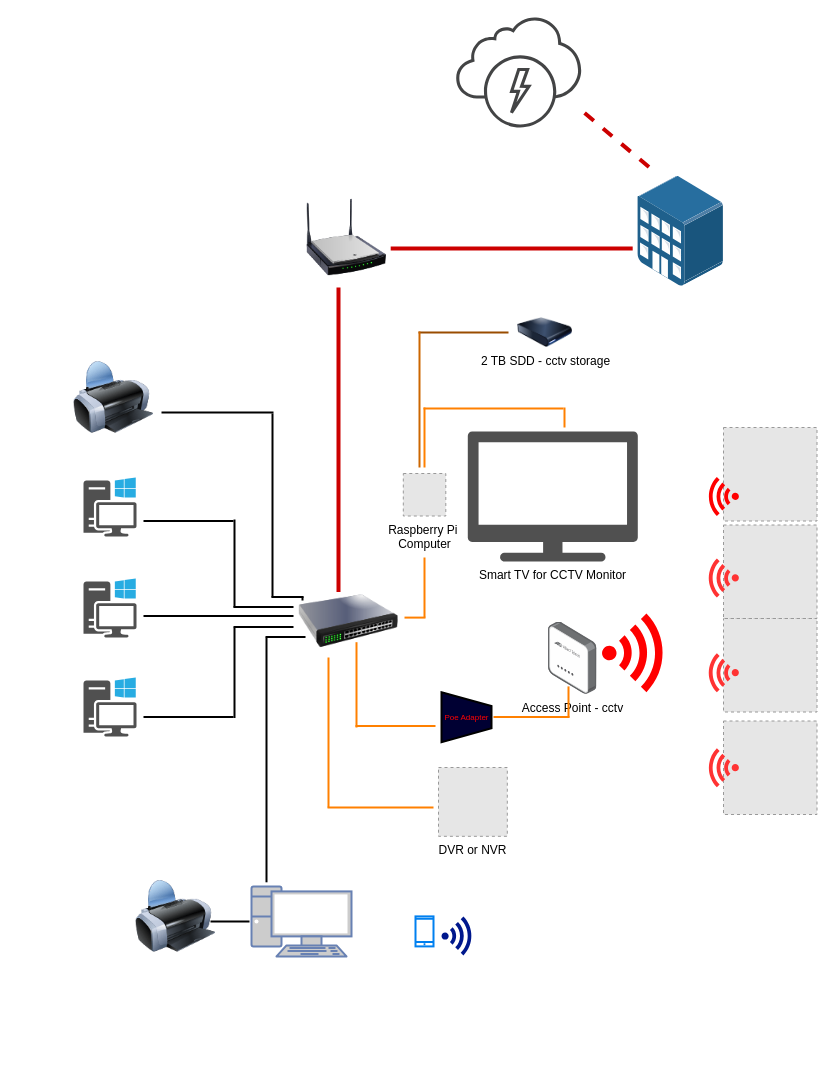
Earlier version of the draw.io diagram Untitled Diagram.drawio (Jayke770/ojt). Source tidied: cells renumbered, new cells numbered last; positions are measured from the earlier drawing's top-left corner, leaving out a move shared by most shapes. Both pictures are drawn from the tidied source at 100%, with x=0, y=0 at pixel (73, 17). Pictures stored in the file or linked from it are replaced by grey dashed boxes.
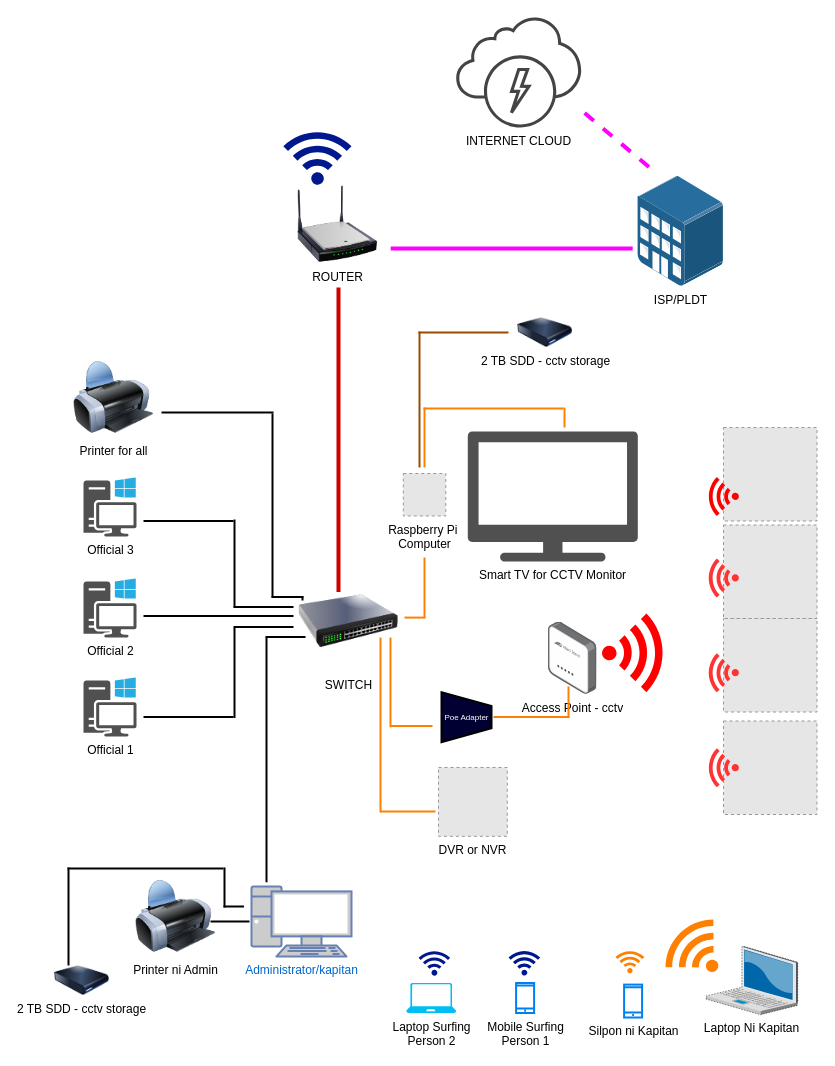
Above is the later version.

What changed in the source:
```diff
@@
-    <mxCell id="2" style="shadow=0;dashed=0;html=1;strokeColor=none;fillColor=#505050;labelPosition=center;verticalLabelPosition=bottom;verticalAlign=top;align=center;shape=mxgraph.office.devices.workstation_pc;" parent="1" vertex="1">
+    <mxCell id="2" value="Official 3" style="shadow=0;dashed=0;html=1;strokeColor=none;fillColor=#505050;labelPosition=center;verticalLabelPosition=bottom;verticalAlign=top;align=center;shape=mxgraph.office.devices.workstation_pc;" parent="1" vertex="1">
       <mxGeometry x="10" y="460" width="53" height="59" as="geometry" />
     </mxCell>
-    <mxCell id="3" style="shadow=0;dashed=0;html=1;strokeColor=none;fillColor=#505050;labelPosition=center;verticalLabelPosition=bottom;verticalAlign=top;align=center;shape=mxgraph.office.devices.workstation_pc;" parent="1" vertex="1">
+    <mxCell id="3" value="Official 2" style="shadow=0;dashed=0;html=1;strokeColor=none;fillColor=#505050;labelPosition=center;verticalLabelPosition=bottom;verticalAlign=top;align=center;shape=mxgraph.office.devices.workstation_pc;" parent="1" vertex="1">
       <mxGeometry x="10" y="561" width="53" height="59" as="geometry" />
     </mxCell>
-    <mxCell id="4" style="fontColor=#0066CC;verticalAlign=top;verticalLabelPosition=bottom;labelPosition=center;align=center;html=1;fillColor=#CCCCCC;strokeColor=#6881B3;gradientColor=none;gradientDirection=north;strokeWidth=2;shape=mxgraph.networks.pc;" parent="1" vertex="1">
+    <mxCell id="4" value="Administrator/kapitan" style="fontColor=#0066CC;verticalAlign=top;verticalLabelPosition=bottom;labelPosition=center;align=center;html=1;fillColor=#CCCCCC;strokeColor=#6881B3;gradientColor=none;gradientDirection=north;strokeWidth=2;shape=mxgraph.networks.pc;" parent="1" vertex="1">
       <mxGeometry x="178" y="868.9" width="100" height="70" as="geometry" />
     </mxCell>
@@
-    <mxCell id="9" style="image;html=1;image=img/lib/clip_art/computers/Printer_128x128.png;" parent="1" vertex="1">
+    <mxCell id="9" value="Printer for all&lt;br&gt;" style="image;html=1;image=img/lib/clip_art/computers/Printer_128x128.png;" parent="1" vertex="1">
       <mxGeometry y="340" width="80" height="80" as="geometry" />
     </mxCell>
-    <mxCell id="10" style="image;html=1;image=img/lib/clip_art/networking/Switch_128x128.png;" parent="1" vertex="1">
+    <mxCell id="10" value="&lt;p style=&quot;line-height: 0%&quot;&gt;SWITCH&lt;/p&gt;" style="image;html=1;image=img/lib/clip_art/networking/Switch_128x128.png;" parent="1" vertex="1">
       <mxGeometry x="225" y="559" width="100" height="90" as="geometry" />
     </mxCell>
-    <mxCell id="11" style="image;html=1;image=img/lib/clip_art/networking/Wireless_Router_N_128x128.png;" parent="1" vertex="1">
-      <mxGeometry x="233" y="179.8" width="80" height="80" as="geometry" />
+    <mxCell id="11" value="ROUTER&lt;br&gt;" style="image;html=1;image=img/lib/clip_art/networking/Wireless_Router_N_128x128.png;" parent="1" vertex="1">
+      <mxGeometry x="224" y="166.4" width="80" height="80" as="geometry" />
     </mxCell>
-    <mxCell id="12" style="shadow=0;dashed=0;html=1;strokeColor=none;fillColor=#505050;labelPosition=center;verticalLabelPosition=bottom;verticalAlign=top;align=center;shape=mxgraph.office.devices.workstation_pc;" parent="1" vertex="1">
+    <mxCell id="12" value="Official 1&lt;br&gt;" style="shadow=0;dashed=0;html=1;strokeColor=none;fillColor=#505050;labelPosition=center;verticalLabelPosition=bottom;verticalAlign=top;align=center;shape=mxgraph.office.devices.workstation_pc;" parent="1" vertex="1">
       <mxGeometry x="10" y="660" width="53" height="59" as="geometry" />
     </mxCell>
-    <mxCell id="13" style="image;html=1;image=img/lib/clip_art/computers/Printer_128x128.png;" parent="1" vertex="1">
+    <mxCell id="13" value="Printer ni Admin" style="image;html=1;image=img/lib/clip_art/computers/Printer_128x128.png;" parent="1" vertex="1">
       <mxGeometry x="62" y="858.9" width="80" height="80" as="geometry" />
     </mxCell>
@@
-    <mxCell id="15" style="shadow=0;dashed=0;html=1;strokeColor=none;fillColor=#434445;labelPosition=center;verticalLabelPosition=bottom;verticalAlign=top;align=center;shape=mxgraph.vvd.service_provider_cloud_environment;" parent="1" vertex="1">
+    <mxCell id="15" value="INTERNET CLOUD" style="shadow=0;dashed=0;html=1;strokeColor=none;fillColor=#434445;labelPosition=center;verticalLabelPosition=bottom;verticalAlign=top;align=center;shape=mxgraph.vvd.service_provider_cloud_environment;" parent="1" vertex="1">
       <mxGeometry x="382.7" width="125" height="110" as="geometry" />
     </mxCell>
@@
     <mxCell id="32" style="line;strokeWidth=2;direction=south;html=1;strokeColor=#FF8000;" parent="1" vertex="1">
-      <mxGeometry x="250" y="640" width="10" height="150" as="geometry" />
+      <mxGeometry x="302" y="620" width="10" height="175" as="geometry" />
     </mxCell>
     <mxCell id="33" style="line;strokeWidth=2;html=1;strokeColor=#FF8000;" parent="1" vertex="1">
-      <mxGeometry x="254" y="785" width="106" height="10" as="geometry" />
+      <mxGeometry x="307" y="789" width="55" height="10" as="geometry" />
     </mxCell>
-    <mxCell id="34" style="html=1;verticalLabelPosition=bottom;align=center;labelBackgroundColor=#ffffff;verticalAlign=top;strokeWidth=2;strokeColor=#0080F0;shadow=0;dashed=0;shape=mxgraph.ios7.icons.smartphone;fillColor=none;" parent="1" vertex="1">
-      <mxGeometry x="342" y="898.9" width="18" height="30" as="geometry" />
+    <mxCell id="34" value="Mobile Surfing&lt;br&gt;Person 1" style="html=1;verticalLabelPosition=bottom;align=center;labelBackgroundColor=#ffffff;verticalAlign=top;strokeWidth=2;strokeColor=#0080F0;shadow=0;dashed=0;shape=mxgraph.ios7.icons.smartphone;fillColor=none;" parent="1" vertex="1">
+      <mxGeometry x="442.6" y="965.5" width="18" height="30" as="geometry" />
     </mxCell>
-    <mxCell id="35" style="shadow=0;dashed=0;html=1;strokeColor=none;labelPosition=center;verticalLabelPosition=bottom;verticalAlign=top;align=center;fillColor=#00188D;shape=mxgraph.mscae.enterprise.wireless_connection;" parent="1" vertex="1">
-      <mxGeometry x="368" y="899" width="32.6" height="38.9" as="geometry" />
+    <mxCell id="35" style="shadow=0;dashed=0;html=1;strokeColor=none;labelPosition=center;verticalLabelPosition=bottom;verticalAlign=top;align=center;fillColor=#00188D;shape=mxgraph.mscae.enterprise.wireless_connection;direction=south;rotation=-180;" parent="1" vertex="1">
+      <mxGeometry x="435" y="931.4" width="31.7" height="26.7" as="geometry" />
     </mxCell>
@@
-    <mxCell id="42" style="line;strokeWidth=4;direction=south;html=1;strokeColor=#CC0000;rotation=90;" parent="1" vertex="1">
+    <mxCell id="42" style="line;strokeWidth=4;direction=south;html=1;rotation=90;strokeColor=#FF00FF;" parent="1" vertex="1">
       <mxGeometry x="433.2" y="110" width="10" height="242" as="geometry" />
     </mxCell>
-    <mxCell id="43" style="html=1;align=center;shadow=0;dashed=0;image;image=img/lib/allied_telesis/buildings/Medium_Business_Building.svg;strokeColor=#CC0000;strokeWidth=4;fillColor=#FF3333;" parent="1" vertex="1">
+    <mxCell id="43" value="ISP/PLDT" style="html=1;align=center;shadow=0;dashed=0;image;image=img/lib/allied_telesis/buildings/Medium_Business_Building.svg;strokeColor=#CC0000;strokeWidth=4;fillColor=#FF3333;" parent="1" vertex="1">
       <mxGeometry x="564.3" y="158.6" width="85.7" height="110.2" as="geometry" />
     </mxCell>
-    <mxCell id="44" style="line;strokeWidth=4;direction=south;html=1;rotation=130;strokeColor=#CC0000;dashed=1;" parent="1" vertex="1">
+    <mxCell id="44" style="line;strokeWidth=4;direction=south;html=1;rotation=130;dashed=1;strokeColor=#FF00FF;" parent="1" vertex="1">
       <mxGeometry x="534.3" y="72" width="10" height="94.4" as="geometry" />
     </mxCell>
-    <mxCell id="45" value="&lt;font color=&quot;#ff0000&quot;&gt;Poe Adapter&lt;/font&gt;" style="strokeWidth=2;dashed=0;align=center;html=1;fontSize=8;shape=mxgraph.eip.channel_adapter;fillColor=#000033;" parent="1" vertex="1">
+    <mxCell id="45" value="&lt;font color=&quot;#ffffff&quot;&gt;Poe Adapter&lt;/font&gt;" style="strokeWidth=2;dashed=0;align=center;html=1;fontSize=8;shape=mxgraph.eip.channel_adapter;fillColor=#000033;" parent="1" vertex="1">
       <mxGeometry x="368" y="674.7" width="50" height="50" as="geometry" />
     </mxCell>
@@
     <mxCell id="48" style="line;strokeWidth=2;direction=south;html=1;strokeColor=#FF8000;" parent="1" vertex="1">
-      <mxGeometry x="278" y="624.7" width="10" height="85.3" as="geometry" />
+      <mxGeometry x="312" y="620" width="10" height="89.8" as="geometry" />
     </mxCell>
     <mxCell id="49" style="line;strokeWidth=2;html=1;strokeColor=#FF8000;" parent="1" vertex="1">
-      <mxGeometry x="282" y="703.5" width="80" height="10" as="geometry" />
+      <mxGeometry x="317" y="703.5" width="42" height="10" as="geometry" />
     </mxCell>
@@
-    <mxCell id="58" style="line;strokeWidth=2;direction=south;html=1;strokeColor=#CC6600;" parent="1" vertex="1">
+    <mxCell id="58" style="line;strokeWidth=2;direction=south;html=1;strokeColor=#994C00;" parent="1" vertex="1">
       <mxGeometry x="341" y="314" width="10" height="136" as="geometry" />
     </mxCell>
+    <mxCell id="59" value="Laptop Ni Kapitan" style="verticalLabelPosition=bottom;html=1;verticalAlign=top;strokeColor=none;align=center;shape=mxgraph.citrix.laptop_2;dashed=1;fillColor=#FF8000;" parent="1" vertex="1">
+      <mxGeometry x="632.7" y="928.9" width="91.5" height="68.3" as="geometry" />
+    </mxCell>
+    <mxCell id="60" style="shadow=0;dashed=0;html=1;strokeColor=none;labelPosition=center;verticalLabelPosition=bottom;verticalAlign=top;align=center;shape=mxgraph.mscae.enterprise.wireless_connection;direction=west;rotation=45;fillColor=#FF8000;" parent="1" vertex="1">
+      <mxGeometry x="594.5" y="899" width="56.8" height="67.6" as="geometry" />
+    </mxCell>
+    <mxCell id="61" value="Silpon ni Kapitan&lt;br&gt;" style="html=1;verticalLabelPosition=bottom;align=center;labelBackgroundColor=#ffffff;verticalAlign=top;strokeWidth=2;strokeColor=#0080F0;shadow=0;dashed=0;shape=mxgraph.ios7.icons.smartphone;fillColor=none;" parent="1" vertex="1">
+      <mxGeometry x="550.6" y="967.1" width="18" height="32.9" as="geometry" />
+    </mxCell>
+    <mxCell id="62" style="shadow=0;dashed=0;html=1;strokeColor=none;labelPosition=center;verticalLabelPosition=bottom;verticalAlign=top;align=center;shape=mxgraph.mscae.enterprise.wireless_connection;rotation=-90;fillColor=#FF8000;" parent="1" vertex="1">
+      <mxGeometry x="544.3" y="929.3" width="24.2" height="28.9" as="geometry" />
+    </mxCell>
+    <mxCell id="63" style="shadow=0;dashed=0;html=1;strokeColor=none;labelPosition=center;verticalLabelPosition=bottom;verticalAlign=top;align=center;fillColor=#00188D;shape=mxgraph.mscae.enterprise.wireless_connection;direction=south;rotation=-180;" parent="1" vertex="1">
+      <mxGeometry x="209.8" y="110" width="68.2" height="57.3" as="geometry" />
+    </mxCell>
+    <mxCell id="64" value="Laptop Surfing&lt;br&gt;Person 2" style="verticalLabelPosition=bottom;html=1;verticalAlign=top;align=center;strokeColor=none;fillColor=#00BEF2;shape=mxgraph.azure.laptop;dashed=1;" parent="1" vertex="1">
+      <mxGeometry x="332.7" y="965.5" width="50" height="30" as="geometry" />
+    </mxCell>
+    <mxCell id="65" style="shadow=0;dashed=0;html=1;strokeColor=none;labelPosition=center;verticalLabelPosition=bottom;verticalAlign=top;align=center;fillColor=#00188D;shape=mxgraph.mscae.enterprise.wireless_connection;direction=south;rotation=-180;" parent="1" vertex="1">
+      <mxGeometry x="345" y="931.5" width="31.7" height="26.7" as="geometry" />
+    </mxCell>
+    <mxCell id="66" value="2 TB SDD - cctv storage&lt;br&gt;" style="image;html=1;image=img/lib/clip_art/computers/Harddrive_128x128.png;dashed=1;strokeColor=#FF8000;strokeWidth=4;fillColor=#000033;" parent="1" vertex="1">
+      <mxGeometry x="-20" y="948" width="56.8" height="30" as="geometry" />
+    </mxCell>
+    <mxCell id="67" style="line;strokeWidth=2;direction=south;html=1;" parent="1" vertex="1">
+      <mxGeometry x="-10" y="850" width="10" height="98" as="geometry" />
+    </mxCell>
+    <mxCell id="68" style="line;strokeWidth=2;html=1;" parent="1" vertex="1">
+      <mxGeometry x="-6" y="845.9" width="156" height="10" as="geometry" />
+    </mxCell>
+    <mxCell id="69" style="line;strokeWidth=2;direction=south;html=1;" parent="1" vertex="1">
+      <mxGeometry x="146" y="849.9" width="10" height="40.1" as="geometry" />
+    </mxCell>
+    <mxCell id="70" style="line;strokeWidth=2;html=1;" parent="1" vertex="1">
+      <mxGeometry x="150" y="884" width="20.5" height="10" as="geometry" />
+    </mxCell>
```
